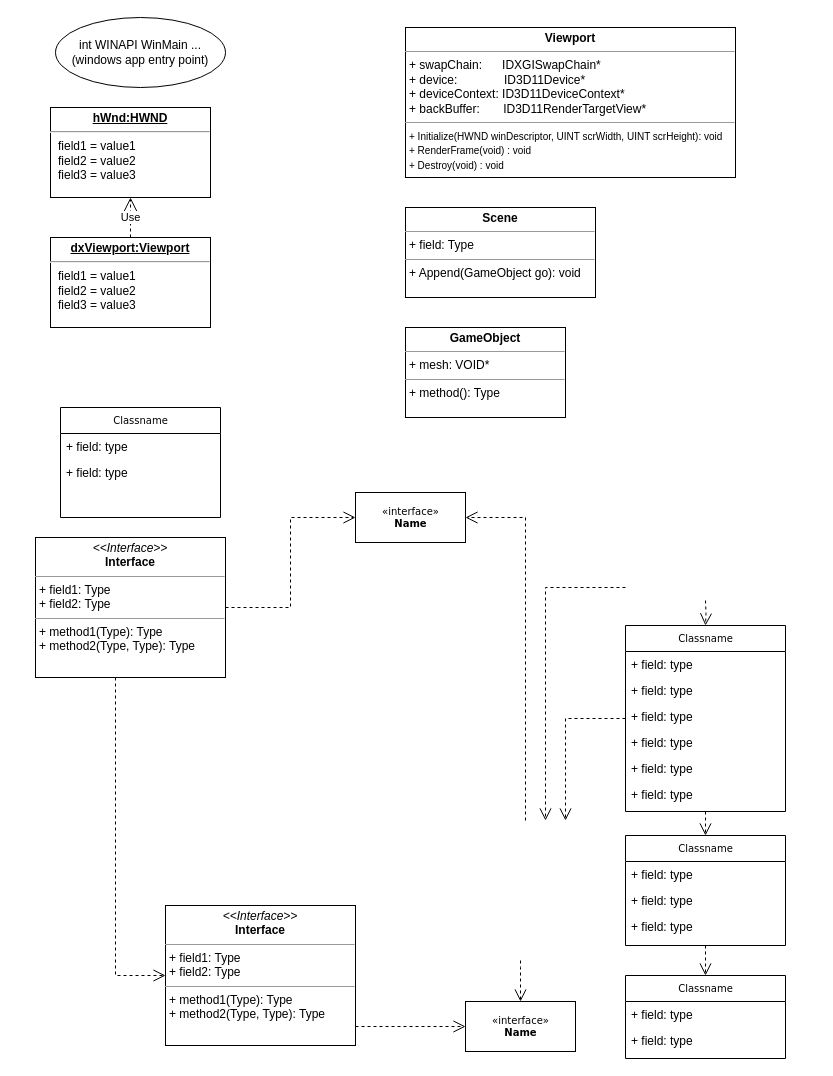
Above: misc.drawio in goforbroke1006/hello-directx (draw.io), before the change. Source tidied: cells renumbered, new cells numbered last; positions are measured from the earlier drawing's top-left corner, leaving out a move shared by most shapes. Both pictures are drawn from the tidied source at 100%, with x=0, y=0 at pixel (35, 17).
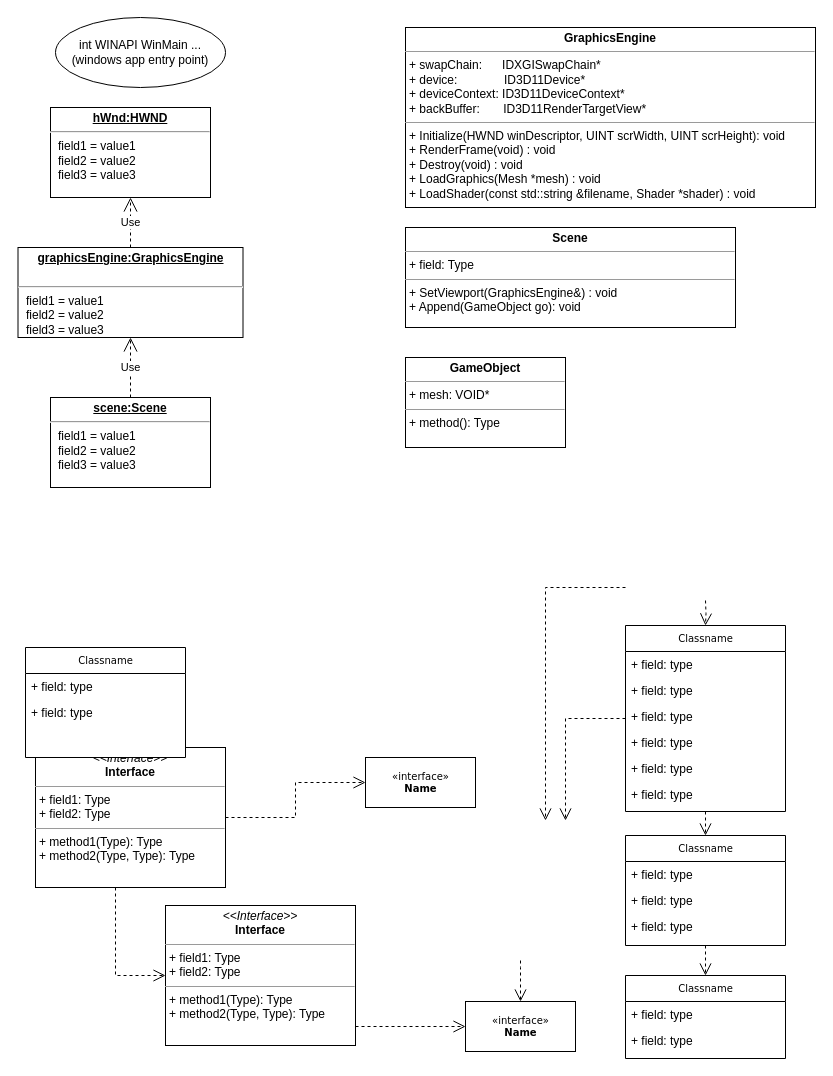
After the change.

Diff of the diagram source:
```diff
@@
-    <mxCell id="11" value="Classname" style="swimlane;html=1;fontStyle=0;horizontal=1;startSize=26;fillColor=none;swimlaneFillColor=#ffffff;rounded=0;shadow=0;comic=0;labelBackgroundColor=none;strokeWidth=1;fontFamily=Verdana;fontSize=10;align=center;" parent="1" vertex="1">
-      <mxGeometry x="25" y="390" width="160" height="110" as="geometry" />
-    </mxCell>
-    <mxCell id="12" value="+ field: type" style="text;html=1;strokeColor=none;fillColor=none;align=left;verticalAlign=top;spacingLeft=4;spacingRight=4;whiteSpace=wrap;overflow=hidden;" parent="11" vertex="1">
-      <mxGeometry y="26" width="160" height="26" as="geometry" />
-    </mxCell>
-    <mxCell id="13" value="+ field: type" style="text;html=1;strokeColor=none;fillColor=none;align=left;verticalAlign=top;spacingLeft=4;spacingRight=4;whiteSpace=wrap;overflow=hidden;" parent="11" vertex="1">
-      <mxGeometry y="52" width="160" height="26" as="geometry" />
-    </mxCell>
@@
-    <mxCell id="25" style="edgeStyle=orthogonalEdgeStyle;rounded=0;html=1;dashed=1;labelBackgroundColor=none;startFill=0;endArrow=open;endFill=0;endSize=10;fontFamily=Verdana;fontSize=10;" parent="1" edge="1" target="28">
-      <mxGeometry relative="1" as="geometry">
-        <mxPoint x="490" y="803" as="sourcePoint" />
-        <Array as="points">
-          <mxPoint x="490" y="500" />
-        </Array>
-      </mxGeometry>
-    </mxCell>
@@
     <mxCell id="28" value="&amp;laquo;interface&amp;raquo;&lt;br&gt;&lt;b&gt;Name&lt;/b&gt;" style="html=1;rounded=0;shadow=0;comic=0;labelBackgroundColor=none;strokeWidth=1;fontFamily=Verdana;fontSize=10;align=center;" parent="1" vertex="1">
-      <mxGeometry x="320" y="475" width="110" height="50" as="geometry" />
+      <mxGeometry x="330" y="740" width="110" height="50" as="geometry" />
     </mxCell>
@@
     <mxCell id="31" value="&lt;p style=&quot;margin:0px;margin-top:4px;text-align:center;&quot;&gt;&lt;i&gt;&amp;lt;&amp;lt;Interface&amp;gt;&amp;gt;&lt;/i&gt;&lt;br/&gt;&lt;b&gt;Interface&lt;/b&gt;&lt;/p&gt;&lt;hr size=&quot;1&quot;/&gt;&lt;p style=&quot;margin:0px;margin-left:4px;&quot;&gt;+ field1: Type&lt;br/&gt;+ field2: Type&lt;/p&gt;&lt;hr size=&quot;1&quot;/&gt;&lt;p style=&quot;margin:0px;margin-left:4px;&quot;&gt;+ method1(Type): Type&lt;br/&gt;+ method2(Type, Type): Type&lt;/p&gt;" style="verticalAlign=top;align=left;overflow=fill;fontSize=12;fontFamily=Helvetica;html=1;rounded=0;shadow=0;comic=0;labelBackgroundColor=none;strokeWidth=1;" parent="1" vertex="1">
-      <mxGeometry y="520" width="190" height="140" as="geometry" />
+      <mxGeometry y="730" width="190" height="140" as="geometry" />
     </mxCell>
@@
-    <mxCell id="35" value="&lt;p style=&quot;margin: 0px ; margin-top: 4px ; text-align: center&quot;&gt;&lt;b&gt;Viewport&lt;/b&gt;&lt;/p&gt;&lt;hr size=&quot;1&quot;&gt;&lt;p style=&quot;margin: 0px ; margin-left: 4px&quot;&gt;+ swapChain:&amp;nbsp; &amp;nbsp; &amp;nbsp; IDXGISwapChain*&lt;/p&gt;&lt;p style=&quot;margin: 0px ; margin-left: 4px&quot;&gt;+&amp;nbsp;device:&amp;nbsp; &amp;nbsp; &amp;nbsp; &amp;nbsp; &amp;nbsp; &amp;nbsp; &amp;nbsp; ID3D11Device*&lt;/p&gt;&lt;p style=&quot;margin: 0px ; margin-left: 4px&quot;&gt;+&amp;nbsp;deviceContext:&amp;nbsp;ID3D11DeviceContext*&lt;/p&gt;&lt;p style=&quot;margin: 0px ; margin-left: 4px&quot;&gt;+ backBuffer:&amp;nbsp; &amp;nbsp; &amp;nbsp; &amp;nbsp;ID3D11RenderTargetView*&lt;br&gt;&lt;/p&gt;&lt;hr size=&quot;1&quot;&gt;&lt;p style=&quot;margin: 0px ; margin-left: 4px&quot;&gt;&lt;font style=&quot;font-size: 10px&quot;&gt;+ Initialize(HWND winDescriptor, UINT scrWidth, UINT scrHeight): void&lt;/font&gt;&lt;/p&gt;&lt;p style=&quot;margin: 0px ; margin-left: 4px&quot;&gt;&lt;font style=&quot;font-size: 10px&quot;&gt;+ RenderFrame(void) : void&lt;/font&gt;&lt;/p&gt;&lt;p style=&quot;margin: 0px ; margin-left: 4px&quot;&gt;&lt;font style=&quot;font-size: 10px&quot;&gt;+ Destroy(void) : void&lt;/font&gt;&lt;/p&gt;" style="verticalAlign=top;align=left;overflow=fill;fontSize=12;fontFamily=Helvetica;html=1;" parent="1" vertex="1">
-      <mxGeometry x="370" y="10" width="330" height="150" as="geometry" />
+    <mxCell id="35" value="&lt;p style=&quot;margin: 0px ; margin-top: 4px ; text-align: center&quot;&gt;&lt;b&gt;GraphicsEngine&lt;/b&gt;&lt;/p&gt;&lt;hr size=&quot;1&quot;&gt;&lt;p style=&quot;margin: 0px ; margin-left: 4px&quot;&gt;+ swapChain:&amp;nbsp; &amp;nbsp; &amp;nbsp; IDXGISwapChain*&lt;/p&gt;&lt;p style=&quot;margin: 0px ; margin-left: 4px&quot;&gt;+&amp;nbsp;device:&amp;nbsp; &amp;nbsp; &amp;nbsp; &amp;nbsp; &amp;nbsp; &amp;nbsp; &amp;nbsp; ID3D11Device*&lt;/p&gt;&lt;p style=&quot;margin: 0px ; margin-left: 4px&quot;&gt;+&amp;nbsp;deviceContext:&amp;nbsp;ID3D11DeviceContext*&lt;/p&gt;&lt;p style=&quot;margin: 0px ; margin-left: 4px&quot;&gt;+ backBuffer:&amp;nbsp; &amp;nbsp; &amp;nbsp; &amp;nbsp;ID3D11RenderTargetView*&lt;br&gt;&lt;/p&gt;&lt;hr size=&quot;1&quot;&gt;&lt;p style=&quot;margin: 0px ; margin-left: 4px&quot;&gt;&lt;font style=&quot;font-size: 12px&quot;&gt;+ Initialize(HWND winDescriptor, UINT scrWidth, UINT scrHeight): void&lt;/font&gt;&lt;/p&gt;&lt;p style=&quot;margin: 0px ; margin-left: 4px&quot;&gt;&lt;font style=&quot;font-size: 12px&quot;&gt;+ RenderFrame(void) : void&lt;/font&gt;&lt;/p&gt;&lt;p style=&quot;margin: 0px ; margin-left: 4px&quot;&gt;&lt;font style=&quot;font-size: 12px&quot;&gt;+ Destroy(void) : void&lt;/font&gt;&lt;/p&gt;&lt;p style=&quot;margin: 0px ; margin-left: 4px&quot;&gt;&lt;font&gt;+ LoadGraphics(Mesh *mesh) : void&lt;br&gt;&lt;/font&gt;&lt;/p&gt;&lt;p style=&quot;margin: 0px ; margin-left: 4px&quot;&gt;&lt;font&gt;+ LoadShader(const std::string &amp;amp;filename, Shader *shader) : void&lt;br&gt;&lt;/font&gt;&lt;/p&gt;" style="verticalAlign=top;align=left;overflow=fill;fontSize=12;fontFamily=Helvetica;html=1;" parent="1" vertex="1">
+      <mxGeometry x="370" y="10" width="410" height="180" as="geometry" />
     </mxCell>
-    <mxCell id="36" value="&lt;p style=&quot;margin: 0px ; margin-top: 4px ; text-align: center ; text-decoration: underline&quot;&gt;&lt;b&gt;dxViewport:Viewport&lt;/b&gt;&lt;/p&gt;&lt;hr&gt;&lt;p style=&quot;margin: 0px ; margin-left: 8px&quot;&gt;field1 = value1&lt;br&gt;field2 = value2&lt;br&gt;field3 = value3&lt;/p&gt;" style="verticalAlign=top;align=left;overflow=fill;fontSize=12;fontFamily=Helvetica;html=1;" parent="1" vertex="1">
-      <mxGeometry x="15" y="220" width="160" height="90" as="geometry" />
+    <mxCell id="36" value="&lt;p style=&quot;margin: 0px ; margin-top: 4px ; text-align: center ; text-decoration: underline&quot;&gt;&lt;b&gt;graphicsEngine:GraphicsEngine&lt;/b&gt;&lt;/p&gt;&lt;br&gt;&lt;hr&gt;&lt;p style=&quot;margin: 0px ; margin-left: 8px&quot;&gt;field1 = value1&lt;br&gt;field2 = value2&lt;br&gt;field3 = value3&lt;/p&gt;" style="verticalAlign=top;align=left;overflow=fill;fontSize=12;fontFamily=Helvetica;html=1;" parent="1" vertex="1">
+      <mxGeometry x="-17.5" y="230" width="225" height="90" as="geometry" />
     </mxCell>
@@
-    <mxCell id="38" value="&lt;p style=&quot;margin: 0px ; margin-top: 4px ; text-align: center&quot;&gt;&lt;b&gt;Scene&lt;/b&gt;&lt;/p&gt;&lt;hr size=&quot;1&quot;&gt;&lt;p style=&quot;margin: 0px ; margin-left: 4px&quot;&gt;+ field: Type&lt;/p&gt;&lt;hr size=&quot;1&quot;&gt;&lt;p style=&quot;margin: 0px ; margin-left: 4px&quot;&gt;+ Append(GameObject go): void&lt;/p&gt;" style="verticalAlign=top;align=left;overflow=fill;fontSize=12;fontFamily=Helvetica;html=1;" parent="1" vertex="1">
-      <mxGeometry x="370" y="190" width="190" height="90" as="geometry" />
+    <mxCell id="38" value="&lt;p style=&quot;margin: 0px ; margin-top: 4px ; text-align: center&quot;&gt;&lt;b&gt;Scene&lt;/b&gt;&lt;/p&gt;&lt;hr size=&quot;1&quot;&gt;&lt;p style=&quot;margin: 0px ; margin-left: 4px&quot;&gt;+ field: Type&lt;/p&gt;&lt;hr size=&quot;1&quot;&gt;&lt;p style=&quot;margin: 0px ; margin-left: 4px&quot;&gt;+ SetViewport(GraphicsEngine&amp;amp;) : void&lt;/p&gt;&lt;p style=&quot;margin: 0px ; margin-left: 4px&quot;&gt;+ Append(GameObject go): void&lt;/p&gt;" style="verticalAlign=top;align=left;overflow=fill;fontSize=12;fontFamily=Helvetica;html=1;" parent="1" vertex="1">
+      <mxGeometry x="370" y="210" width="330" height="100" as="geometry" />
     </mxCell>
     <mxCell id="39" value="&lt;p style=&quot;margin: 0px ; margin-top: 4px ; text-align: center&quot;&gt;&lt;b&gt;GameObject&lt;/b&gt;&lt;/p&gt;&lt;hr size=&quot;1&quot;&gt;&lt;p style=&quot;margin: 0px ; margin-left: 4px&quot;&gt;+ mesh: VOID*&lt;/p&gt;&lt;hr size=&quot;1&quot;&gt;&lt;p style=&quot;margin: 0px ; margin-left: 4px&quot;&gt;+ method(): Type&lt;/p&gt;" style="verticalAlign=top;align=left;overflow=fill;fontSize=12;fontFamily=Helvetica;html=1;" parent="1" vertex="1">
-      <mxGeometry x="370" y="310" width="160" height="90" as="geometry" />
+      <mxGeometry x="370" y="340" width="160" height="90" as="geometry" />
     </mxCell>
+    <mxCell id="11" value="Classname" style="swimlane;html=1;fontStyle=0;horizontal=1;startSize=26;fillColor=none;swimlaneFillColor=#ffffff;rounded=0;shadow=0;comic=0;labelBackgroundColor=none;strokeWidth=1;fontFamily=Verdana;fontSize=10;align=center;" parent="1" vertex="1">
+      <mxGeometry x="-10" y="630" width="160" height="110" as="geometry" />
+    </mxCell>
+    <mxCell id="12" value="+ field: type" style="text;html=1;strokeColor=none;fillColor=none;align=left;verticalAlign=top;spacingLeft=4;spacingRight=4;whiteSpace=wrap;overflow=hidden;" parent="11" vertex="1">
+      <mxGeometry y="26" width="160" height="26" as="geometry" />
+    </mxCell>
+    <mxCell id="13" value="+ field: type" style="text;html=1;strokeColor=none;fillColor=none;align=left;verticalAlign=top;spacingLeft=4;spacingRight=4;whiteSpace=wrap;overflow=hidden;" parent="11" vertex="1">
+      <mxGeometry y="52" width="160" height="26" as="geometry" />
+    </mxCell>
+    <mxCell id="40" value="&lt;p style=&quot;margin: 0px ; margin-top: 4px ; text-align: center ; text-decoration: underline&quot;&gt;&lt;b&gt;scene:Scene&lt;/b&gt;&lt;/p&gt;&lt;hr&gt;&lt;p style=&quot;margin: 0px ; margin-left: 8px&quot;&gt;field1 = value1&lt;br&gt;field2 = value2&lt;br&gt;field3 = value3&lt;/p&gt;" style="verticalAlign=top;align=left;overflow=fill;fontSize=12;fontFamily=Helvetica;html=1;" parent="1" vertex="1">
+      <mxGeometry x="15" y="380" width="160" height="90" as="geometry" />
+    </mxCell>
+    <mxCell id="41" value="Use" style="endArrow=open;endSize=12;dashed=1;html=1;exitX=0.5;exitY=0;exitDx=0;exitDy=0;entryX=0.5;entryY=1;entryDx=0;entryDy=0;" parent="1" edge="1" source="40" target="36">
+      <mxGeometry relative="1" as="geometry" />
+    </mxCell>
```
